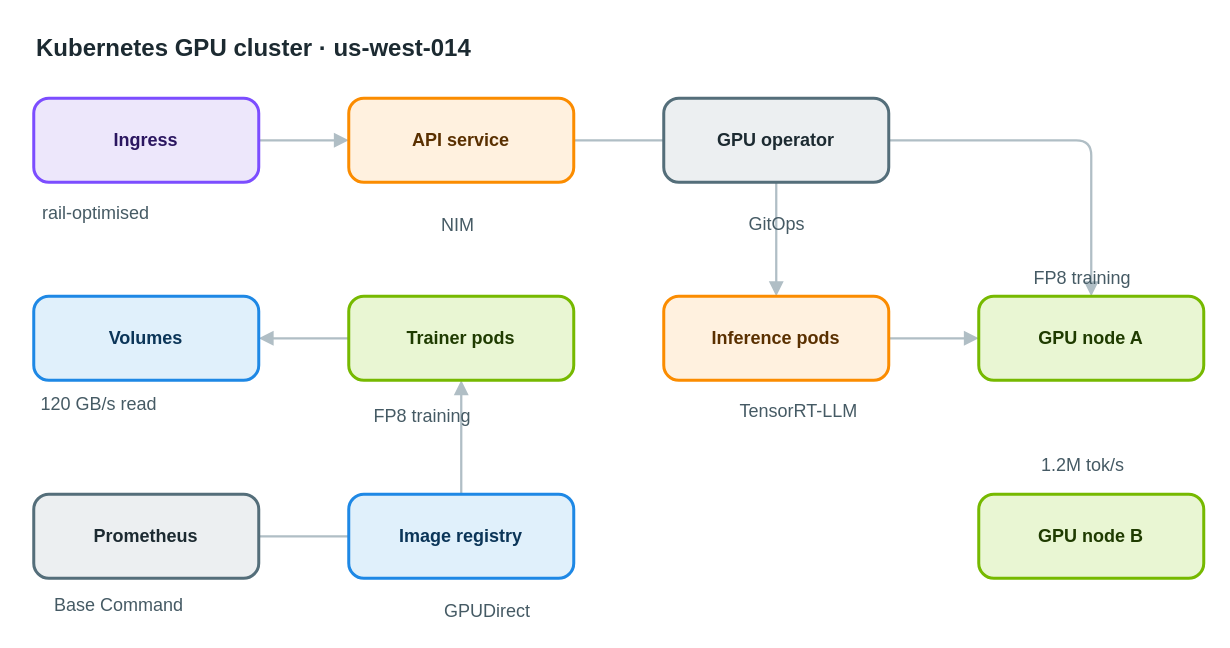
This is apps/web/public/samples/library/014-kubernetes-gpu-cluster.drawio from AryanG01/open-apprentice, a draw.io file, before an edit. Source tidied: cells renumbered, new cells numbered last; positions are measured from the earlier drawing's top-left corner, leaving out a move shared by most shapes. Both pictures are drawn from the tidied source at 150%, with x=0, y=0 at pixel (33, 26).
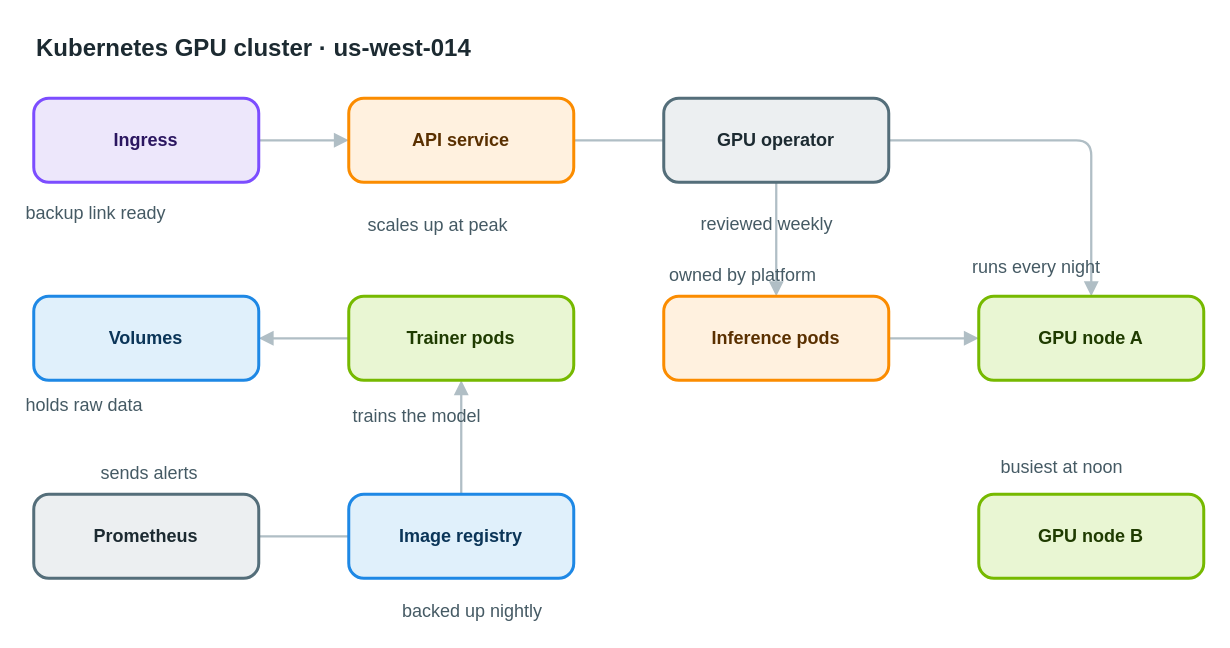
Above is the later version.

What changed in the source:
```diff
@@
-    <mxCell id="19" value="rail-optimised" style="text;html=1;align=left;verticalAlign=top;whiteSpace=nowrap;spacing=0;spacingTop=0;strokeColor=none;fillColor=none;fontSize=12;fontColor=#455a64;" parent="1" vertex="1">
-      <mxGeometry x="6" y="113" width="110" height="20" as="geometry" />
+    <mxCell id="19" value="backup link ready" style="text;html=1;align=left;verticalAlign=top;whiteSpace=nowrap;spacing=0;spacingTop=0;strokeColor=none;fillColor=none;fontSize=12;fontColor=#455a64;" parent="1" vertex="1">
+      <mxGeometry x="-5" y="113" width="131" height="20" as="geometry" />
     </mxCell>
-    <mxCell id="20" value="NIM" style="text;html=1;align=left;verticalAlign=top;whiteSpace=nowrap;spacing=0;spacingTop=0;strokeColor=none;fillColor=none;fontSize=12;fontColor=#455a64;" parent="1" vertex="1">
-      <mxGeometry x="272" y="121" width="33" height="20" as="geometry" />
+    <mxCell id="20" value="scales up at peak" style="text;html=1;align=left;verticalAlign=top;whiteSpace=nowrap;spacing=0;spacingTop=0;strokeColor=none;fillColor=none;fontSize=12;fontColor=#455a64;" parent="1" vertex="1">
+      <mxGeometry x="223" y="121" width="131" height="20" as="geometry" />
     </mxCell>
-    <mxCell id="21" value="GitOps" style="text;html=1;align=left;verticalAlign=top;whiteSpace=nowrap;spacing=0;spacingTop=0;strokeColor=none;fillColor=none;fontSize=12;fontColor=#455a64;" parent="1" vertex="1">
-      <mxGeometry x="477" y="120" width="54" height="20" as="geometry" />
+    <mxCell id="21" value="reviewed weekly" style="text;html=1;align=left;verticalAlign=top;whiteSpace=nowrap;spacing=0;spacingTop=0;strokeColor=none;fillColor=none;fontSize=12;fontColor=#455a64;" parent="1" vertex="1">
+      <mxGeometry x="445" y="120" width="117" height="20" as="geometry" />
     </mxCell>
-    <mxCell id="22" value="FP8 training" style="text;html=1;align=left;verticalAlign=top;whiteSpace=nowrap;spacing=0;spacingTop=0;strokeColor=none;fillColor=none;fontSize=12;fontColor=#455a64;" parent="1" vertex="1">
-      <mxGeometry x="227" y="248" width="96" height="20" as="geometry" />
+    <mxCell id="22" value="trains the model" style="text;html=1;align=left;verticalAlign=top;whiteSpace=nowrap;spacing=0;spacingTop=0;strokeColor=none;fillColor=none;fontSize=12;fontColor=#455a64;" parent="1" vertex="1">
+      <mxGeometry x="213" y="248" width="124" height="20" as="geometry" />
     </mxCell>
-    <mxCell id="23" value="TensorRT-LLM" style="text;html=1;align=left;verticalAlign=top;whiteSpace=nowrap;spacing=0;spacingTop=0;strokeColor=none;fillColor=none;fontSize=12;fontColor=#455a64;" parent="1" vertex="1">
-      <mxGeometry x="471" y="245" width="96" height="20" as="geometry" />
+    <mxCell id="23" value="owned by platform" style="text;html=1;align=left;verticalAlign=top;whiteSpace=nowrap;spacing=0;spacingTop=0;strokeColor=none;fillColor=none;fontSize=12;fontColor=#455a64;" parent="1" vertex="1">
+      <mxGeometry x="424" y="154" width="131" height="20" as="geometry" />
     </mxCell>
-    <mxCell id="24" value="FP8 training" style="text;html=1;align=left;verticalAlign=top;whiteSpace=nowrap;spacing=0;spacingTop=0;strokeColor=none;fillColor=none;fontSize=12;fontColor=#455a64;" parent="1" vertex="1">
-      <mxGeometry x="667" y="156" width="96" height="20" as="geometry" />
+    <mxCell id="24" value="runs every night" style="text;html=1;align=left;verticalAlign=top;whiteSpace=nowrap;spacing=0;spacingTop=0;strokeColor=none;fillColor=none;fontSize=12;fontColor=#455a64;" parent="1" vertex="1">
+      <mxGeometry x="626" y="149" width="124" height="20" as="geometry" />
     </mxCell>
-    <mxCell id="25" value="1.2M tok/s" style="text;html=1;align=left;verticalAlign=top;whiteSpace=nowrap;spacing=0;spacingTop=0;strokeColor=none;fillColor=none;fontSize=12;fontColor=#455a64;" parent="1" vertex="1">
-      <mxGeometry x="672" y="281" width="82" height="20" as="geometry" />
+    <mxCell id="25" value="busiest at noon" style="text;html=1;align=left;verticalAlign=top;whiteSpace=nowrap;spacing=0;spacingTop=0;strokeColor=none;fillColor=none;fontSize=12;fontColor=#455a64;" parent="1" vertex="1">
+      <mxGeometry x="645" y="282" width="117" height="20" as="geometry" />
     </mxCell>
-    <mxCell id="26" value="120 GB/s read" style="text;html=1;align=left;verticalAlign=top;whiteSpace=nowrap;spacing=0;spacingTop=0;strokeColor=none;fillColor=none;fontSize=12;fontColor=#455a64;" parent="1" vertex="1">
-      <mxGeometry x="5" y="240" width="103" height="20" as="geometry" />
+    <mxCell id="26" value="holds raw data" style="text;html=1;align=left;verticalAlign=top;whiteSpace=nowrap;spacing=0;spacingTop=0;strokeColor=none;fillColor=none;fontSize=12;fontColor=#455a64;" parent="1" vertex="1">
+      <mxGeometry x="-5" y="241" width="110" height="20" as="geometry" />
     </mxCell>
-    <mxCell id="27" value="Base Command" style="text;html=1;align=left;verticalAlign=top;whiteSpace=nowrap;spacing=0;spacingTop=0;strokeColor=none;fillColor=none;fontSize=12;fontColor=#455a64;" parent="1" vertex="1">
-      <mxGeometry x="14" y="374" width="96" height="20" as="geometry" />
+    <mxCell id="27" value="sends alerts" style="text;html=1;align=left;verticalAlign=top;whiteSpace=nowrap;spacing=0;spacingTop=0;strokeColor=none;fillColor=none;fontSize=12;fontColor=#455a64;" parent="1" vertex="1">
+      <mxGeometry x="45" y="286" width="96" height="20" as="geometry" />
     </mxCell>
-    <mxCell id="28" value="GPUDirect" style="text;html=1;align=left;verticalAlign=top;whiteSpace=nowrap;spacing=0;spacingTop=0;strokeColor=none;fillColor=none;fontSize=12;fontColor=#455a64;" parent="1" vertex="1">
-      <mxGeometry x="274" y="378" width="75" height="20" as="geometry" />
+    <mxCell id="28" value="backed up nightly" style="text;html=1;align=left;verticalAlign=top;whiteSpace=nowrap;spacing=0;spacingTop=0;strokeColor=none;fillColor=none;fontSize=12;fontColor=#455a64;" parent="1" vertex="1">
+      <mxGeometry x="246" y="378" width="131" height="20" as="geometry" />
     </mxCell>
```
